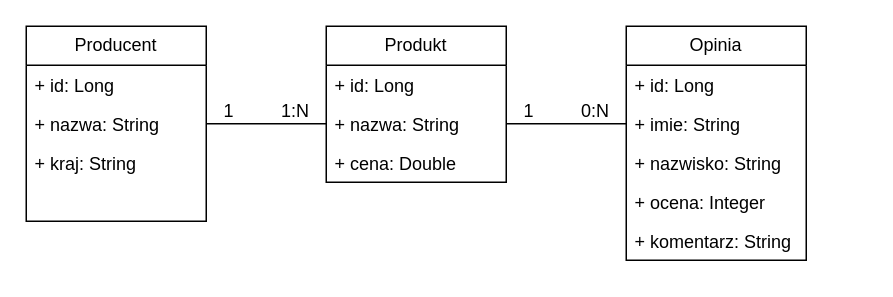
This is diagrams/model.drawio from Sladamos/ormCompare, a draw.io file, before an edit. Source tidied: cells renumbered, new cells numbered last; positions are measured from the earlier drawing's top-left corner, leaving out a move shared by most shapes. Both pictures are drawn from the tidied source at 150%, with x=0, y=0 at pixel (26, 26).
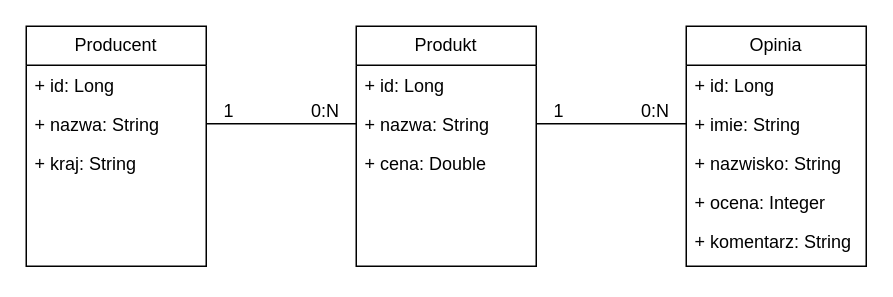
After the change.

The change refers to these unchanged cells:
```xml
<mxCell id="16" style="endArrow=none;html=1;rounded=0;exitX=1;exitY=0.5;exitDx=0;exitDy=0;entryX=0;entryY=0.5;entryDx=0;entryDy=0;" parent="1" edge="1" source="4" target="8">
  <mxGeometry relative="1" as="geometry" />
</mxCell>
```

What changed in the source:
```diff
@@
     <mxCell id="2" value="Producent" style="swimlane;fontStyle=0;horizontal=1;startSize=26;fillColor=none;whiteSpace=wrap;html=1;" parent="1" vertex="1">
-      <mxGeometry width="120" height="130" as="geometry" />
+      <mxGeometry width="120" height="160" as="geometry" />
     </mxCell>
@@
     <mxCell id="5" value="+ kraj: String" style="text;strokeColor=none;fillColor=none;align=left;verticalAlign=top;spacingLeft=4;spacingRight=4;overflow=hidden;whiteSpace=wrap;html=1;" parent="2" vertex="1">
-      <mxGeometry y="78" width="120" height="52" as="geometry" />
+      <mxGeometry y="78" width="120" height="82" as="geometry" />
     </mxCell>
     <mxCell id="6" value="Produkt" style="swimlane;fontStyle=0;horizontal=1;startSize=26;fillColor=none;whiteSpace=wrap;html=1;" parent="1" vertex="1">
-      <mxGeometry x="200" width="120" height="104" as="geometry" />
+      <mxGeometry x="220" width="120" height="160" as="geometry" />
     </mxCell>
@@
     <mxCell id="9" value="+ cena: Double" style="text;strokeColor=none;fillColor=none;align=left;verticalAlign=top;spacingLeft=4;spacingRight=4;overflow=hidden;whiteSpace=wrap;html=1;" parent="6" vertex="1">
-      <mxGeometry y="78" width="120" height="26" as="geometry" />
+      <mxGeometry y="78" width="120" height="82" as="geometry" />
     </mxCell>
     <mxCell id="10" value="Opinia" style="swimlane;fontStyle=0;horizontal=1;startSize=26;fillColor=none;whiteSpace=wrap;html=1;" parent="1" vertex="1">
-      <mxGeometry x="400" width="120" height="156" as="geometry" />
+      <mxGeometry x="440" width="120" height="160" as="geometry" />
     </mxCell>
@@
     <mxCell id="15" value="+ komentarz: String" style="text;strokeColor=none;fillColor=none;align=left;verticalAlign=top;spacingLeft=4;spacingRight=4;overflow=hidden;whiteSpace=wrap;html=1;" parent="10" vertex="1">
-      <mxGeometry y="130" width="120" height="26" as="geometry" />
+      <mxGeometry y="130" width="120" height="30" as="geometry" />
     </mxCell>
@@
-    <mxCell id="18" value="1:N" style="html=1;whiteSpace=wrap;align=right;verticalAlign=bottom;" parent="16" vertex="1">
+    <mxCell id="18" value="0:N" style="html=1;whiteSpace=wrap;align=right;verticalAlign=bottom;" parent="16" vertex="1">
       <mxGeometry x="1" relative="1" as="geometry">
         <mxPoint x="-10" as="offset" />
       </mxGeometry>
     </mxCell>
```
